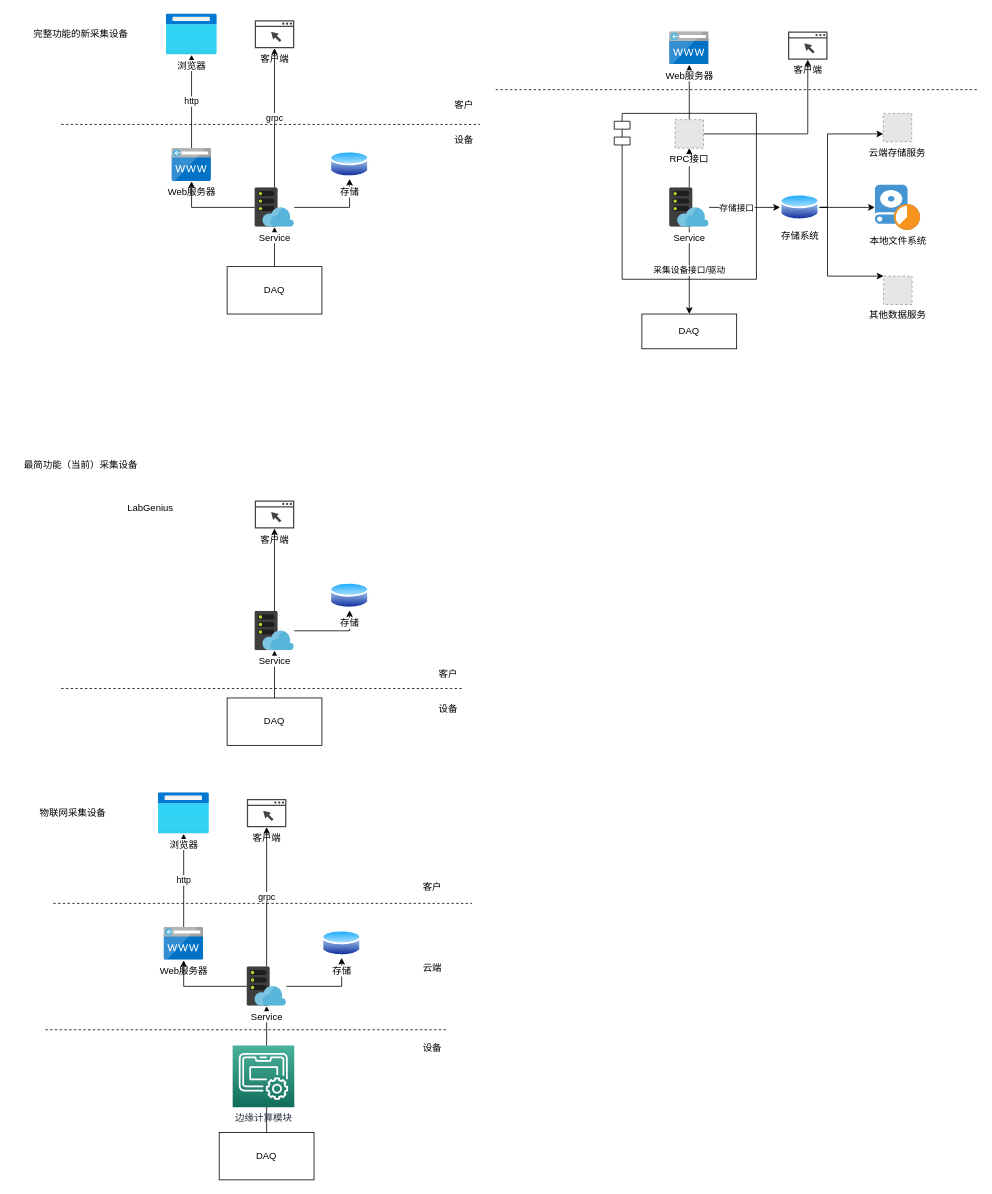
This is NLab/nLab.drawio from zhugy08/drawio, a draw.io file, before an edit. Source tidied: cells renumbered, new cells numbered last; positions are measured from the earlier drawing's top-left corner, leaving out a move shared by most shapes. Both pictures are drawn from the tidied source at 79%, with x=0, y=0 at pixel (13, 13). Pictures stored in the file or linked from it are replaced by grey dashed boxes.
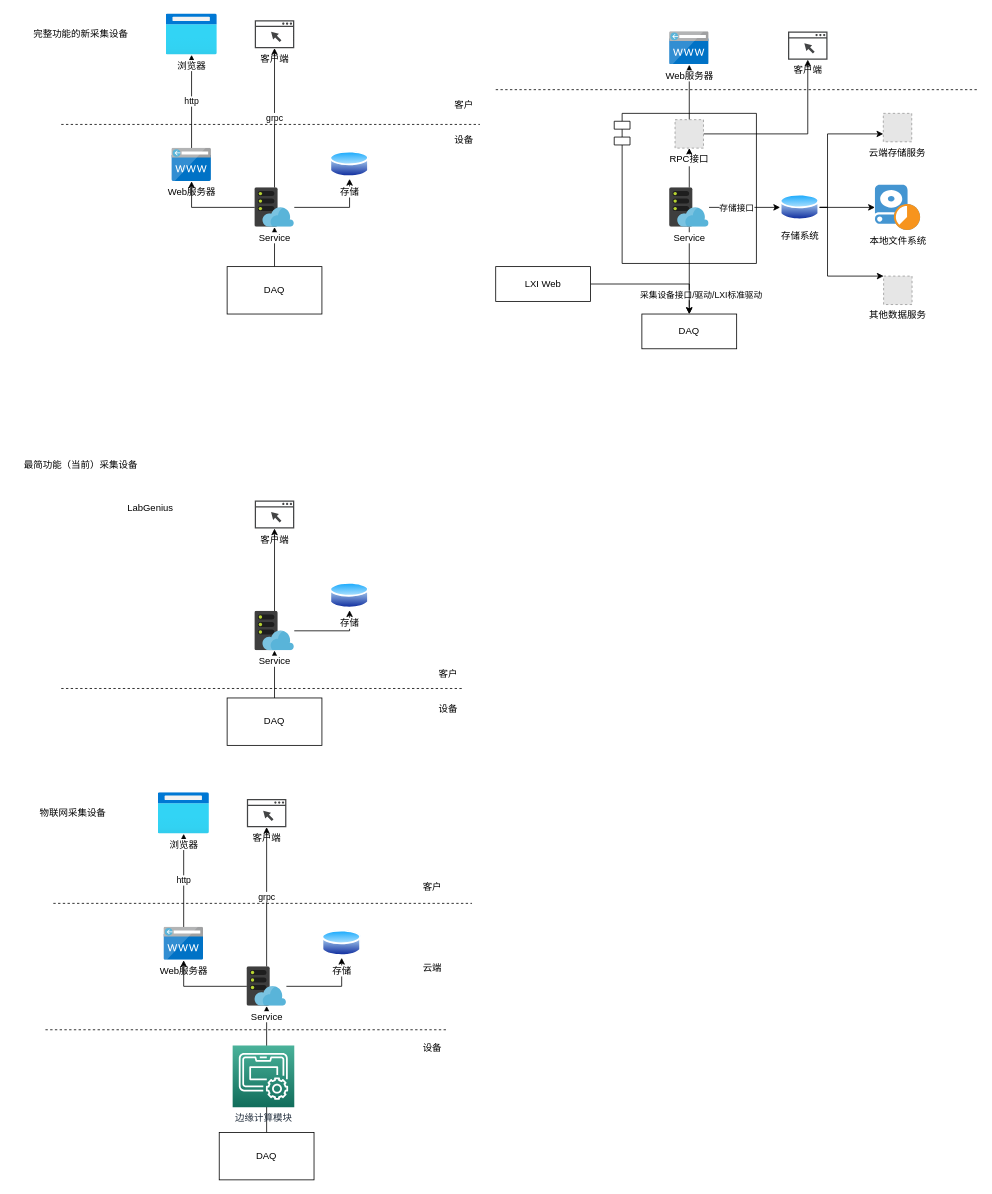
After the change.

The change refers to these unchanged cells:
```xml
<mxCell id="52" value="Service" style="html=1;points=[];align=center;image;fontSize=12;image=img/lib/mscae/WebHosting.svg;" parent="1" vertex="1">
  <mxGeometry x="830" y="220" width="50" height="50" as="geometry" />
</mxCell>
<mxCell id="60" value="DAQ" style="rounded=0;whiteSpace=wrap;html=1;" parent="1" vertex="1">
  <mxGeometry x="795" y="380" width="120" height="44" as="geometry" />
</mxCell>
```

What changed in the source:
```diff
@@
     <mxCell id="2" style="shape=module;align=left;spacingLeft=20;align=center;verticalAlign=top;" parent="1" vertex="1">
-      <mxGeometry x="760" y="126" width="180" height="210" as="geometry" />
+      <mxGeometry x="760" y="126" width="180" height="190" as="geometry" />
     </mxCell>
@@
-    <mxCell id="50" value="采集设备接口/驱动" style="edgeStyle=orthogonalEdgeStyle;rounded=0;jettySize=auto;html=1;" parent="1" edge="1" source="52" target="60">
-      <mxGeometry relative="1" as="geometry" />
+    <mxCell id="50" value="采集设备接口/驱动/LXI标准驱动" style="edgeStyle=orthogonalEdgeStyle;rounded=0;jettySize=auto;html=1;" parent="1" edge="1" source="52" target="60">
+      <mxGeometry x="0.56" y="15" relative="1" as="geometry">
+        <Array as="points">
+          <mxPoint x="855" y="356" />
+          <mxPoint x="855" y="356" />
+        </Array>
+      </mxGeometry>
     </mxCell>
@@
+    <mxCell id="67" style="edgeStyle=orthogonalEdgeStyle;rounded=0;jettySize=auto;html=1;entryX=0.5;entryY=0;entryDx=0;entryDy=0;" parent="1" edge="1" source="68" target="60">
+      <mxGeometry relative="1" as="geometry" />
+    </mxCell>
+    <mxCell id="68" value="LXI Web" style="rounded=0;whiteSpace=wrap;html=1;" parent="1" vertex="1">
+      <mxGeometry x="610" y="320" width="120" height="44" as="geometry" />
+    </mxCell>
```
